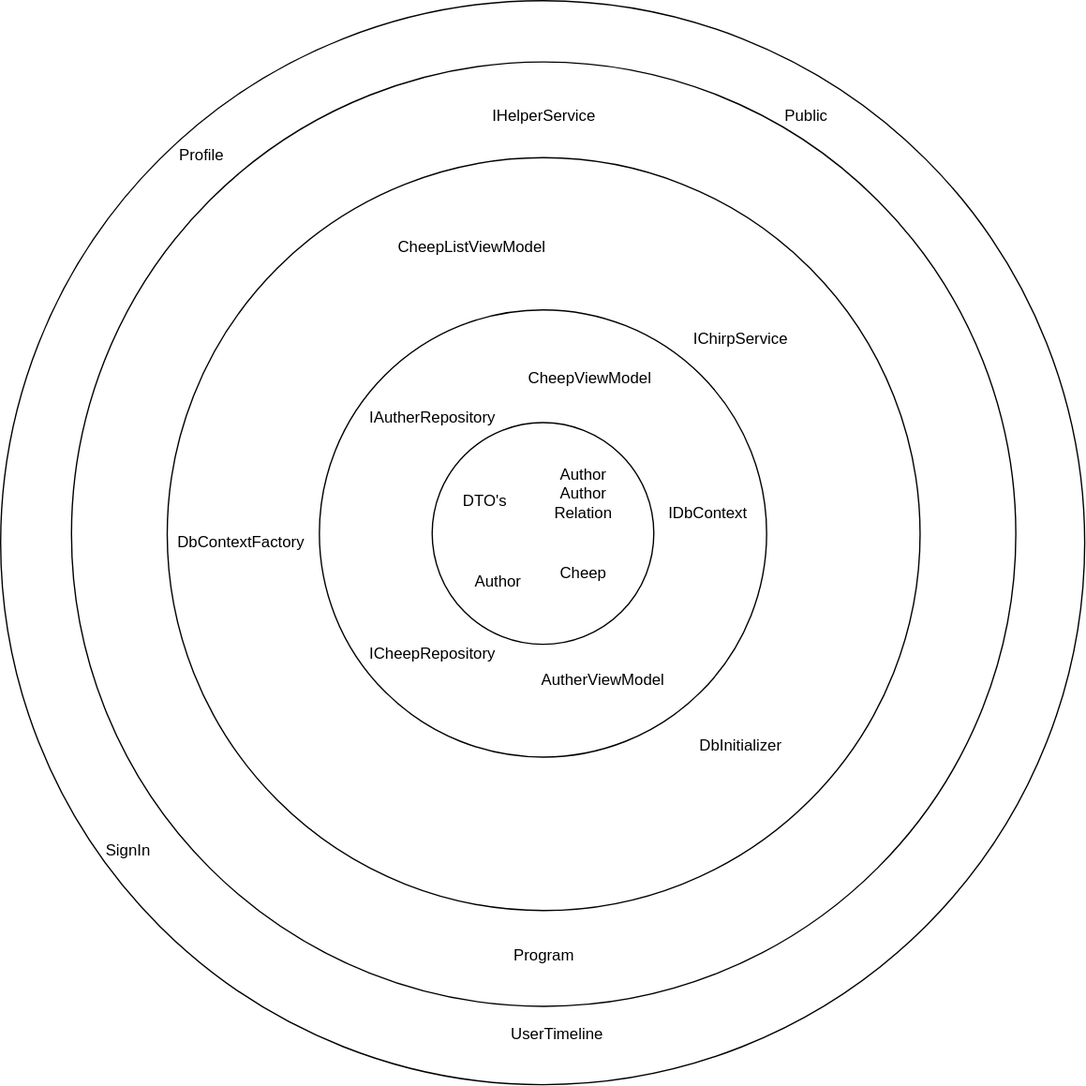
The draw.io diagram docs/Diagrams/SmallArchitecture.drawio.svg in ITU-BDSA23-GROUP22/Chirp, before a commit. Source tidied: cells renumbered, new cells last; positions are measured from the earlier drawing's top-left corner, leaving out a move shared by most shapes. Its diagram source:
```xml
<mxGraphModel background="#ffffff">
  <root>
    <mxCell id="0" />
    <mxCell id="1" parent="0" />
    <mxCell id="2" style="ellipse;whiteSpace=wrap;html=1;" parent="1" vertex="1">
      <mxGeometry width="826.5" height="826.5" as="geometry" />
    </mxCell>
    <mxCell id="3" style="ellipse;whiteSpace=wrap;html=1;" parent="1" vertex="1">
      <mxGeometry x="54" y="46.8" width="720" height="720" as="geometry" />
    </mxCell>
    <mxCell id="4" style="ellipse;whiteSpace=wrap;html=1;" parent="1" vertex="1">
      <mxGeometry x="127" y="119.8" width="574" height="574" as="geometry" />
    </mxCell>
    <mxCell id="5" style="ellipse;whiteSpace=wrap;html=1;" parent="1" vertex="1">
      <mxGeometry x="243" y="235.8" width="341" height="341" as="geometry" />
    </mxCell>
    <mxCell id="6" style="ellipse;whiteSpace=wrap;html=1;" parent="1" vertex="1">
      <mxGeometry x="329" y="321.8" width="169" height="169" as="geometry" />
    </mxCell>
    <mxCell id="7" value="IAutherRepository" style="text;html=1;align=center;verticalAlign=middle;strokeColor=none;fillColor=none;" parent="1" vertex="1">
      <mxGeometry x="269" y="302.8" width="120" height="30" as="geometry" />
    </mxCell>
    <mxCell id="8" value="ICheepRepository" style="text;html=1;align=center;verticalAlign=middle;strokeColor=none;fillColor=none;" parent="1" vertex="1">
      <mxGeometry x="269" y="482.8" width="120" height="30" as="geometry" />
    </mxCell>
    <mxCell id="9" value="IDbContext" style="text;html=1;align=center;verticalAlign=middle;strokeColor=none;fillColor=none;" parent="1" vertex="1">
      <mxGeometry x="499" y="375.8" width="80" height="30" as="geometry" />
    </mxCell>
    <mxCell id="10" value="DTO's" style="text;html=1;align=center;verticalAlign=middle;strokeColor=none;fillColor=none;" parent="1" vertex="1">
      <mxGeometry x="339" y="366.8" width="60" height="30" as="geometry" />
    </mxCell>
    <mxCell id="11" value="Author" style="text;html=1;align=center;verticalAlign=middle;strokeColor=none;fillColor=none;" parent="1" vertex="1">
      <mxGeometry x="349" y="428.2" width="60" height="30" as="geometry" />
    </mxCell>
    <mxCell id="12" value="Cheep" style="text;html=1;align=center;verticalAlign=middle;strokeColor=none;fillColor=none;" parent="1" vertex="1">
      <mxGeometry x="414" y="421.8" width="60" height="30" as="geometry" />
    </mxCell>
    <mxCell id="13" value="Author&lt;br&gt;Author&lt;br&gt;Relation" style="text;html=1;align=center;verticalAlign=middle;strokeColor=none;fillColor=none;" parent="1" vertex="1">
      <mxGeometry x="409" y="345.8" width="70" height="60" as="geometry" />
    </mxCell>
    <mxCell id="14" value="IChirpService" style="text;html=1;align=center;verticalAlign=middle;strokeColor=none;fillColor=none;" parent="1" vertex="1">
      <mxGeometry x="514" y="242.8" width="100" height="30" as="geometry" />
    </mxCell>
    <mxCell id="15" value="DbContextFactory" style="text;html=1;align=center;verticalAlign=middle;strokeColor=none;fillColor=none;" parent="1" vertex="1">
      <mxGeometry x="123" y="398.2" width="120" height="30" as="geometry" />
    </mxCell>
    <mxCell id="16" value="DbInitializer" style="text;html=1;align=center;verticalAlign=middle;strokeColor=none;fillColor=none;" parent="1" vertex="1">
      <mxGeometry x="519" y="552.8" width="90" height="30" as="geometry" />
    </mxCell>
    <mxCell id="17" value="Program" style="text;html=1;align=center;verticalAlign=middle;strokeColor=none;fillColor=none;" parent="1" vertex="1">
      <mxGeometry x="379" y="712.8" width="70" height="30" as="geometry" />
    </mxCell>
    <mxCell id="18" value="IHelperService" style="text;html=1;align=center;verticalAlign=middle;strokeColor=none;fillColor=none;" parent="1" vertex="1">
      <mxGeometry x="364" y="72.8" width="100" height="30" as="geometry" />
    </mxCell>
    <mxCell id="19" value="CheepViewModel" style="text;html=1;align=center;verticalAlign=middle;strokeColor=none;fillColor=none;" parent="1" vertex="1">
      <mxGeometry x="389" y="272.8" width="120" height="30" as="geometry" />
    </mxCell>
    <mxCell id="20" value="AutherViewModel" style="text;html=1;align=center;verticalAlign=middle;strokeColor=none;fillColor=none;" parent="1" vertex="1">
      <mxGeometry x="399" y="502.8" width="120" height="30" as="geometry" />
    </mxCell>
    <mxCell id="21" value="CheepListViewModel" style="text;html=1;align=center;verticalAlign=middle;strokeColor=none;fillColor=none;" parent="1" vertex="1">
      <mxGeometry x="289" y="172.8" width="140" height="30" as="geometry" />
    </mxCell>
    <mxCell id="22" value="Public" style="text;html=1;align=center;verticalAlign=middle;strokeColor=none;fillColor=none;" parent="1" vertex="1">
      <mxGeometry x="584" y="72.8" width="60" height="30" as="geometry" />
    </mxCell>
    <mxCell id="23" value="UserTimeline" style="text;html=1;align=center;verticalAlign=middle;strokeColor=none;fillColor=none;" parent="1" vertex="1">
      <mxGeometry x="379" y="772.8" width="90" height="30" as="geometry" />
    </mxCell>
    <mxCell id="24" value="Profile" style="text;html=1;align=center;verticalAlign=middle;strokeColor=none;fillColor=none;" parent="1" vertex="1">
      <mxGeometry x="123" y="102.8" width="60" height="30" as="geometry" />
    </mxCell>
    <mxCell id="25" value="SignIn" style="text;html=1;align=center;verticalAlign=middle;strokeColor=none;fillColor=none;" parent="1" vertex="1">
      <mxGeometry x="67" y="632.8" width="60" height="30" as="geometry" />
    </mxCell>
  </root>
</mxGraphModel>
```
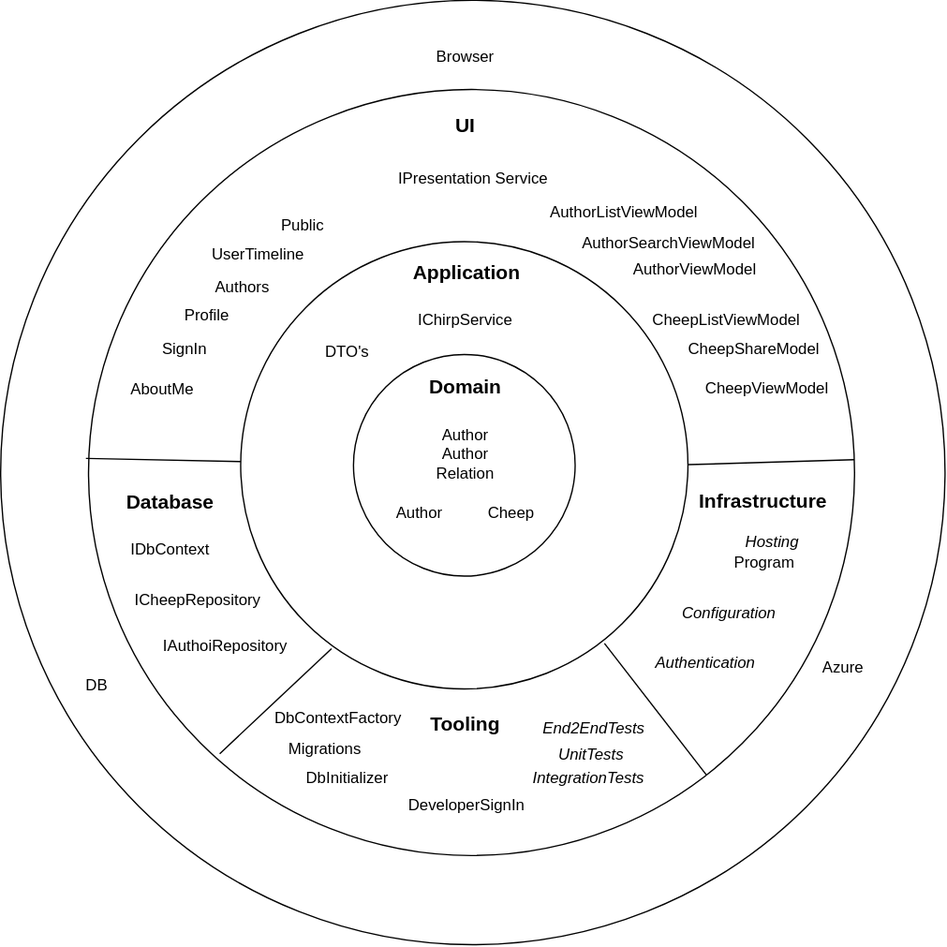
Above is the later version.

Commit message:
updated and slightly restructured OnionDiagram.drawio.svg

What changed in the source:
```diff
@@ -2,14 +2,11 @@
   <root>
     <mxCell id="0" />
     <mxCell id="1" parent="0" />
-    <mxCell id="2" style="ellipse;whiteSpace=wrap;html=1;" parent="1" vertex="1">
-      <mxGeometry width="826.5" height="826.5" as="geometry" />
-    </mxCell>
     <mxCell id="3" style="ellipse;whiteSpace=wrap;html=1;" parent="1" vertex="1">
-      <mxGeometry x="54" y="46.8" width="720" height="720" as="geometry" />
+      <mxGeometry x="60" y="51.8" width="720" height="720" as="geometry" />
     </mxCell>
-    <mxCell id="4" style="ellipse;whiteSpace=wrap;html=1;" parent="1" vertex="1">
-      <mxGeometry x="127" y="119.8" width="574" height="574" as="geometry" />
+    <mxCell id="4" value="&lt;span style=&quot;caret-color: rgb(0, 0, 0); color: rgb(0, 0, 0); font-family: Helvetica; font-size: 12px; font-style: normal; font-variant-caps: normal; font-weight: 400; letter-spacing: normal; text-align: center; text-indent: 0px; text-transform: none; word-spacing: 0px; -webkit-text-stroke-width: 0px; background-color: rgb(251, 251, 251); text-decoration: none; float: none; display: inline !important;&quot;&gt;Authentication&lt;/span&gt;" style="ellipse;whiteSpace=wrap;html=1;" parent="1" vertex="1">
+      <mxGeometry x="127" y="119.8" width="584" height="584" as="geometry" />
     </mxCell>
     <mxCell id="5" style="ellipse;whiteSpace=wrap;html=1;" parent="1" vertex="1">
       <mxGeometry x="243" y="235.8" width="341" height="341" as="geometry" />
@@ -17,62 +14,149 @@
     <mxCell id="6" style="ellipse;whiteSpace=wrap;html=1;" parent="1" vertex="1">
       <mxGeometry x="329" y="321.8" width="169" height="169" as="geometry" />
     </mxCell>
-    <mxCell id="7" value="IAutherRepository" style="text;html=1;align=center;verticalAlign=middle;strokeColor=none;fillColor=none;" parent="1" vertex="1">
-      <mxGeometry x="269" y="302.8" width="120" height="30" as="geometry" />
+    <mxCell id="7" value="IAuthoiRepository" style="text;html=1;align=center;verticalAlign=middle;strokeColor=none;fillColor=none;" parent="1" vertex="1">
+      <mxGeometry x="174" y="531" width="113" height="26" as="geometry" />
     </mxCell>
     <mxCell id="8" value="ICheepRepository" style="text;html=1;align=center;verticalAlign=middle;strokeColor=none;fillColor=none;" parent="1" vertex="1">
-      <mxGeometry x="269" y="482.8" width="120" height="30" as="geometry" />
+      <mxGeometry x="150" y="494" width="120" height="30" as="geometry" />
     </mxCell>
     <mxCell id="9" value="IDbContext" style="text;html=1;align=center;verticalAlign=middle;strokeColor=none;fillColor=none;" parent="1" vertex="1">
-      <mxGeometry x="499" y="375.8" width="80" height="30" as="geometry" />
+      <mxGeometry x="148.5" y="456" width="80" height="30" as="geometry" />
     </mxCell>
     <mxCell id="10" value="DTO's" style="text;html=1;align=center;verticalAlign=middle;strokeColor=none;fillColor=none;" parent="1" vertex="1">
-      <mxGeometry x="339" y="366.8" width="60" height="30" as="geometry" />
+      <mxGeometry x="294" y="304.8" width="60" height="30" as="geometry" />
     </mxCell>
     <mxCell id="11" value="Author" style="text;html=1;align=center;verticalAlign=middle;strokeColor=none;fillColor=none;" parent="1" vertex="1">
       <mxGeometry x="349" y="428.2" width="60" height="30" as="geometry" />
     </mxCell>
     <mxCell id="12" value="Cheep" style="text;html=1;align=center;verticalAlign=middle;strokeColor=none;fillColor=none;" parent="1" vertex="1">
-      <mxGeometry x="414" y="421.8" width="60" height="30" as="geometry" />
+      <mxGeometry x="419" y="428.2" width="60" height="30" as="geometry" />
     </mxCell>
     <mxCell id="13" value="Author&lt;br&gt;Author&lt;br&gt;Relation" style="text;html=1;align=center;verticalAlign=middle;strokeColor=none;fillColor=none;" parent="1" vertex="1">
-      <mxGeometry x="409" y="345.8" width="70" height="60" as="geometry" />
+      <mxGeometry x="379" y="368.2" width="70" height="60" as="geometry" />
     </mxCell>
     <mxCell id="14" value="IChirpService" style="text;html=1;align=center;verticalAlign=middle;strokeColor=none;fillColor=none;" parent="1" vertex="1">
-      <mxGeometry x="514" y="242.8" width="100" height="30" as="geometry" />
+      <mxGeometry x="364" y="281" width="100" height="30" as="geometry" />
     </mxCell>
     <mxCell id="15" value="DbContextFactory" style="text;html=1;align=center;verticalAlign=middle;strokeColor=none;fillColor=none;" parent="1" vertex="1">
-      <mxGeometry x="123" y="398.2" width="120" height="30" as="geometry" />
+      <mxGeometry x="257.2" y="584" width="120" height="30" as="geometry" />
     </mxCell>
     <mxCell id="16" value="DbInitializer" style="text;html=1;align=center;verticalAlign=middle;strokeColor=none;fillColor=none;" parent="1" vertex="1">
-      <mxGeometry x="519" y="552.8" width="90" height="30" as="geometry" />
+      <mxGeometry x="279" y="630" width="90" height="30" as="geometry" />
     </mxCell>
     <mxCell id="17" value="Program" style="text;html=1;align=center;verticalAlign=middle;strokeColor=none;fillColor=none;" parent="1" vertex="1">
-      <mxGeometry x="379" y="712.8" width="70" height="30" as="geometry" />
+      <mxGeometry x="607" y="466" width="70" height="30" as="geometry" />
     </mxCell>
-    <mxCell id="18" value="IHelperService" style="text;html=1;align=center;verticalAlign=middle;strokeColor=none;fillColor=none;" parent="1" vertex="1">
-      <mxGeometry x="364" y="72.8" width="100" height="30" as="geometry" />
+    <mxCell id="18" value="IPresentation Service" style="text;html=1;align=center;verticalAlign=middle;strokeColor=none;fillColor=none;" parent="1" vertex="1">
+      <mxGeometry x="354" y="175" width="132" height="26" as="geometry" />
     </mxCell>
     <mxCell id="19" value="CheepViewModel" style="text;html=1;align=center;verticalAlign=middle;strokeColor=none;fillColor=none;" parent="1" vertex="1">
-      <mxGeometry x="389" y="272.8" width="120" height="30" as="geometry" />
+      <mxGeometry x="584" y="332.8" width="120" height="30" as="geometry" />
     </mxCell>
-    <mxCell id="20" value="AutherViewModel" style="text;html=1;align=center;verticalAlign=middle;strokeColor=none;fillColor=none;" parent="1" vertex="1">
-      <mxGeometry x="399" y="502.8" width="120" height="30" as="geometry" />
+    <mxCell id="20" value="AuthorViewModel" style="text;html=1;align=center;verticalAlign=middle;strokeColor=none;fillColor=none;" parent="1" vertex="1">
+      <mxGeometry x="533" y="244" width="112" height="26" as="geometry" />
     </mxCell>
     <mxCell id="21" value="CheepListViewModel" style="text;html=1;align=center;verticalAlign=middle;strokeColor=none;fillColor=none;" parent="1" vertex="1">
-      <mxGeometry x="289" y="172.8" width="140" height="30" as="geometry" />
+      <mxGeometry x="543" y="281" width="140" height="30" as="geometry" />
     </mxCell>
     <mxCell id="22" value="Public" style="text;html=1;align=center;verticalAlign=middle;strokeColor=none;fillColor=none;" parent="1" vertex="1">
-      <mxGeometry x="584" y="72.8" width="60" height="30" as="geometry" />
+      <mxGeometry x="260" y="209" width="60" height="30" as="geometry" />
     </mxCell>
     <mxCell id="23" value="UserTimeline" style="text;html=1;align=center;verticalAlign=middle;strokeColor=none;fillColor=none;" parent="1" vertex="1">
-      <mxGeometry x="379" y="772.8" width="90" height="30" as="geometry" />
+      <mxGeometry x="211" y="231.2" width="90" height="30" as="geometry" />
     </mxCell>
     <mxCell id="24" value="Profile" style="text;html=1;align=center;verticalAlign=middle;strokeColor=none;fillColor=none;" parent="1" vertex="1">
-      <mxGeometry x="123" y="102.8" width="60" height="30" as="geometry" />
+      <mxGeometry x="187" y="277" width="60" height="30" as="geometry" />
     </mxCell>
     <mxCell id="25" value="SignIn" style="text;html=1;align=center;verticalAlign=middle;strokeColor=none;fillColor=none;" parent="1" vertex="1">
-      <mxGeometry x="67" y="632.8" width="60" height="30" as="geometry" />
+      <mxGeometry x="170" y="302.8" width="60" height="30" as="geometry" />
     </mxCell>
+    <mxCell id="26" value="&lt;b&gt;&lt;font style=&quot;font-size: 15px;&quot;&gt;Domain&lt;/font&gt;&lt;/b&gt;" style="text;html=1;align=center;verticalAlign=middle;strokeColor=none;fillColor=none;" parent="1" vertex="1">
+      <mxGeometry x="377.2" y="331" width="73" height="30" as="geometry" />
+    </mxCell>
+    <mxCell id="27" value="&lt;b&gt;&lt;font style=&quot;font-size: 15px;&quot;&gt;Application&lt;/font&gt;&lt;/b&gt;" style="text;html=1;align=center;verticalAlign=middle;strokeColor=none;fillColor=none;" parent="1" vertex="1">
+      <mxGeometry x="364.5" y="243.8" width="100" height="30" as="geometry" />
+    </mxCell>
+    <mxCell id="28" value="&lt;b style=&quot;border-color: var(--border-color);&quot;&gt;&lt;font style=&quot;border-color: var(--border-color); font-size: 15px;&quot;&gt;UI&lt;/font&gt;&lt;/b&gt;" style="text;html=1;align=center;verticalAlign=middle;strokeColor=none;fillColor=none;" parent="1" vertex="1">
+      <mxGeometry x="397.5" y="132" width="33" height="30" as="geometry" />
+    </mxCell>
+    <mxCell id="29" style="endArrow=none;html=1;rounded=0;endFill=0;" parent="1" edge="1" target="5">
+      <mxGeometry relative="1" as="geometry">
+        <mxPoint x="125" y="401" as="sourcePoint" />
+      </mxGeometry>
+    </mxCell>
+    <mxCell id="30" value="Authors" style="text;html=1;align=center;verticalAlign=middle;strokeColor=none;fillColor=none;" parent="1" vertex="1">
+      <mxGeometry x="214" y="258" width="59" height="26" as="geometry" />
+    </mxCell>
+    <mxCell id="31" value="AboutMe" style="text;html=1;align=center;verticalAlign=middle;strokeColor=none;fillColor=none;" parent="1" vertex="1">
+      <mxGeometry x="150" y="336" width="66" height="26" as="geometry" />
+    </mxCell>
+    <mxCell id="32" value="Browser" style="text;html=1;align=center;verticalAlign=middle;strokeColor=none;fillColor=none;" parent="1" vertex="1">
+      <mxGeometry x="383" y="82" width="62" height="26" as="geometry" />
+    </mxCell>
+    <mxCell id="33" value="DB" style="text;html=1;align=center;verticalAlign=middle;strokeColor=none;fillColor=none;" parent="1" vertex="1">
+      <mxGeometry x="115" y="561" width="35" height="26" as="geometry" />
+    </mxCell>
+    <mxCell id="34" value="Azure&lt;br&gt;" style="text;html=1;align=center;verticalAlign=middle;strokeColor=none;fillColor=none;" parent="1" vertex="1">
+      <mxGeometry x="677" y="548" width="49" height="26" as="geometry" />
+    </mxCell>
+    <mxCell id="35" value="&lt;b style=&quot;border-color: var(--border-color);&quot;&gt;&lt;font style=&quot;border-color: var(--border-color); font-size: 15px;&quot;&gt;Database&lt;/font&gt;&lt;/b&gt;" style="text;html=1;align=center;verticalAlign=middle;strokeColor=none;fillColor=none;" parent="1" vertex="1">
+      <mxGeometry x="146" y="419" width="85" height="30" as="geometry" />
+    </mxCell>
+    <mxCell id="36" style="endArrow=none;html=1;rounded=0;endFill=0;" parent="1" edge="1" target="4">
+      <mxGeometry relative="1" as="geometry">
+        <mxPoint x="584.4" y="405.8" as="sourcePoint" />
+      </mxGeometry>
+    </mxCell>
+    <mxCell id="37" value="&lt;b style=&quot;border-color: var(--border-color);&quot;&gt;&lt;font style=&quot;border-color: var(--border-color); font-size: 15px;&quot;&gt;Tooling&lt;/font&gt;&lt;/b&gt;" style="text;html=1;align=center;verticalAlign=middle;strokeColor=none;fillColor=none;" parent="1" vertex="1">
+      <mxGeometry x="378.2" y="588" width="71" height="30" as="geometry" />
+    </mxCell>
+    <mxCell id="38" style="endArrow=none;html=1;rounded=0;endFill=0;" parent="1" edge="1">
+      <mxGeometry relative="1" as="geometry">
+        <mxPoint x="227" y="626.2" as="sourcePoint" />
+        <mxPoint x="312.3" y="546" as="targetPoint" />
+      </mxGeometry>
+    </mxCell>
+    <mxCell id="39" style="endArrow=none;html=1;rounded=0;endFill=0;" parent="1" edge="1" target="4">
+      <mxGeometry relative="1" as="geometry">
+        <mxPoint x="520.4" y="542" as="sourcePoint" />
+      </mxGeometry>
+    </mxCell>
+    <mxCell id="40" value="&lt;b style=&quot;border-color: var(--border-color);&quot;&gt;&lt;font style=&quot;border-color: var(--border-color); font-size: 15px;&quot;&gt;Infrastructure&lt;/font&gt;&lt;/b&gt;" style="text;html=1;align=center;verticalAlign=middle;strokeColor=none;fillColor=none;" parent="1" vertex="1">
+      <mxGeometry x="583" y="418" width="116" height="30" as="geometry" />
+    </mxCell>
+    <mxCell id="41" value="DeveloperSignIn" style="text;html=1;align=center;verticalAlign=middle;strokeColor=none;fillColor=none;" parent="1" vertex="1">
+      <mxGeometry x="361" y="653" width="107" height="26" as="geometry" />
+    </mxCell>
+    <mxCell id="42" value="Migrations" style="text;html=1;align=center;verticalAlign=middle;strokeColor=none;fillColor=none;" parent="1" vertex="1">
+      <mxGeometry x="270" y="610" width="73" height="26" as="geometry" />
+    </mxCell>
+    <mxCell id="43" value="&lt;i&gt;Authentication&lt;/i&gt;" style="text;html=1;align=center;verticalAlign=middle;strokeColor=none;fillColor=none;" parent="1" vertex="1">
+      <mxGeometry x="550" y="544" width="94" height="26" as="geometry" />
+    </mxCell>
+    <mxCell id="44" value="&lt;i&gt;Configuration&lt;/i&gt;" style="text;html=1;align=center;verticalAlign=middle;strokeColor=none;fillColor=none;" parent="1" vertex="1">
+      <mxGeometry x="570.5" y="506" width="89" height="26" as="geometry" />
+    </mxCell>
+    <mxCell id="45" value="&lt;i&gt;Hosting&lt;/i&gt;" style="text;html=1;align=center;verticalAlign=middle;strokeColor=none;fillColor=none;" parent="1" vertex="1">
+      <mxGeometry x="618" y="452" width="59" height="26" as="geometry" />
+    </mxCell>
+    <mxCell id="46" value="&lt;i&gt;End2EndTests&lt;/i&gt;" style="text;html=1;align=center;verticalAlign=middle;strokeColor=none;fillColor=none;" parent="1" vertex="1">
+      <mxGeometry x="464.5" y="594" width="95" height="26" as="geometry" />
+    </mxCell>
+    <mxCell id="47" value="&lt;i&gt;IntegrationTests&lt;/i&gt;" style="text;html=1;align=center;verticalAlign=middle;strokeColor=none;fillColor=none;" parent="1" vertex="1">
+      <mxGeometry x="456.5" y="632" width="103" height="26" as="geometry" />
+    </mxCell>
+    <mxCell id="48" value="&lt;i&gt;UnitTests&lt;/i&gt;" style="text;html=1;align=center;verticalAlign=middle;strokeColor=none;fillColor=none;" parent="1" vertex="1">
+      <mxGeometry x="476" y="614" width="67" height="26" as="geometry" />
+    </mxCell>
+    <mxCell id="49" value="CheepShareModel" style="text;html=1;align=center;verticalAlign=middle;strokeColor=none;fillColor=none;" parent="1" vertex="1">
+      <mxGeometry x="575" y="304.8" width="118" height="26" as="geometry" />
+    </mxCell>
+    <mxCell id="50" value="AuthorSearchViewModel" style="text;html=1;align=center;verticalAlign=middle;strokeColor=none;fillColor=none;" parent="1" vertex="1">
+      <mxGeometry x="494" y="224" width="150" height="26" as="geometry" />
+    </mxCell>
+    <mxCell id="51" value="AuthorListViewModel" style="text;html=1;align=center;verticalAlign=middle;strokeColor=none;fillColor=none;" parent="1" vertex="1">
+      <mxGeometry x="470" y="201" width="131" height="26" as="geometry" />
+    </mxCell>
   </root>
 </mxGraphModel>
```
